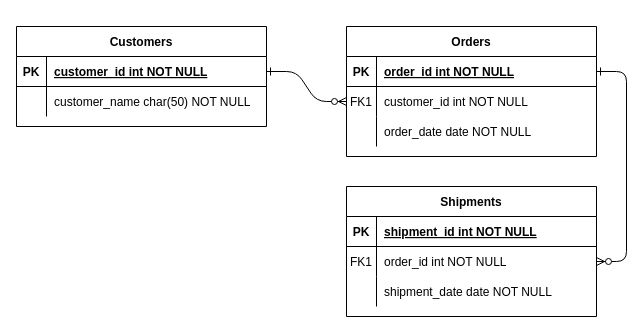
Above: 名称未設定ファイル.drawio in Hauru427/rails-vocabulary-trainer (draw.io), before the change. Source tidied: cells renumbered, new cells numbered last; positions are measured from the earlier drawing's top-left corner, leaving out a move shared by most shapes. Both pictures are drawn from the tidied source at 100%, with x=0, y=0 at pixel (16, 26).
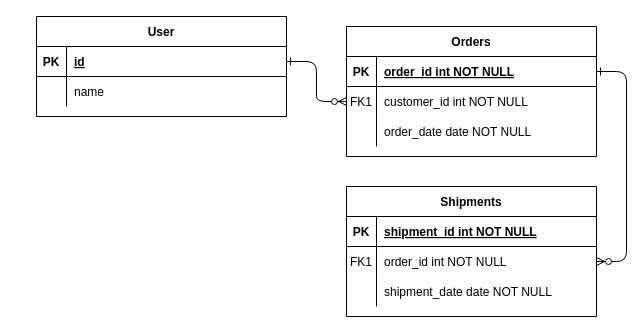
The same page after the edit.

Commit message:
名称未設定ファイル.drawio を更新します

Unchanged cells that the change refers to:
```xml
<mxCell id="25" style="shape=partialRectangle;fillColor=none;points=[[0,0.5],[1,0.5]];portConstraint=eastwest;top=0;left=0;right=0;bottom=1;" parent="24" vertex="1">
  <mxGeometry y="30" width="250" height="30" as="geometry" />
</mxCell>
<mxCell id="28" style="shape=partialRectangle;fillColor=none;top=0;left=0;right=0;bottom=0;" parent="24" vertex="1">
  <mxGeometry y="60" width="250" height="30" as="geometry" />
</mxCell>
```

Diff of the diagram source:
```diff
@@
-    <mxCell id="24" value="Customers" style="shape=table;startSize=30;childLayout=tableLayout;rowLines=0;fontStyle=1;align=center;" parent="1" vertex="1">
-      <mxGeometry width="250" height="100" as="geometry" />
+    <mxCell id="24" value="User" style="shape=table;startSize=30;childLayout=tableLayout;rowLines=0;fontStyle=1;align=center;" parent="1" vertex="1">
+      <mxGeometry x="20" y="-10" width="250" height="100" as="geometry" />
     </mxCell>
@@
-    <mxCell id="27" value="customer_id int NOT NULL " style="shape=partialRectangle;overflow=hidden;fillColor=none;top=0;left=0;bottom=0;right=0;align=left;spacingLeft=6;fontStyle=5;" parent="25" vertex="1">
+    <mxCell id="27" value="id" style="shape=partialRectangle;overflow=hidden;fillColor=none;top=0;left=0;bottom=0;right=0;align=left;spacingLeft=6;fontStyle=5;" parent="25" vertex="1">
       <mxGeometry x="30" width="220" height="30" as="geometry" />
     </mxCell>
@@
-    <mxCell id="30" value="customer_name char(50) NOT NULL" style="shape=partialRectangle;overflow=hidden;fillColor=none;top=0;left=0;bottom=0;right=0;align=left;spacingLeft=6;" parent="28" vertex="1">
+    <mxCell id="30" value="name" style="shape=partialRectangle;overflow=hidden;fillColor=none;top=0;left=0;bottom=0;right=0;align=left;spacingLeft=6;" parent="28" vertex="1">
       <mxGeometry x="30" width="220" height="30" as="geometry" />
     </mxCell>
```
